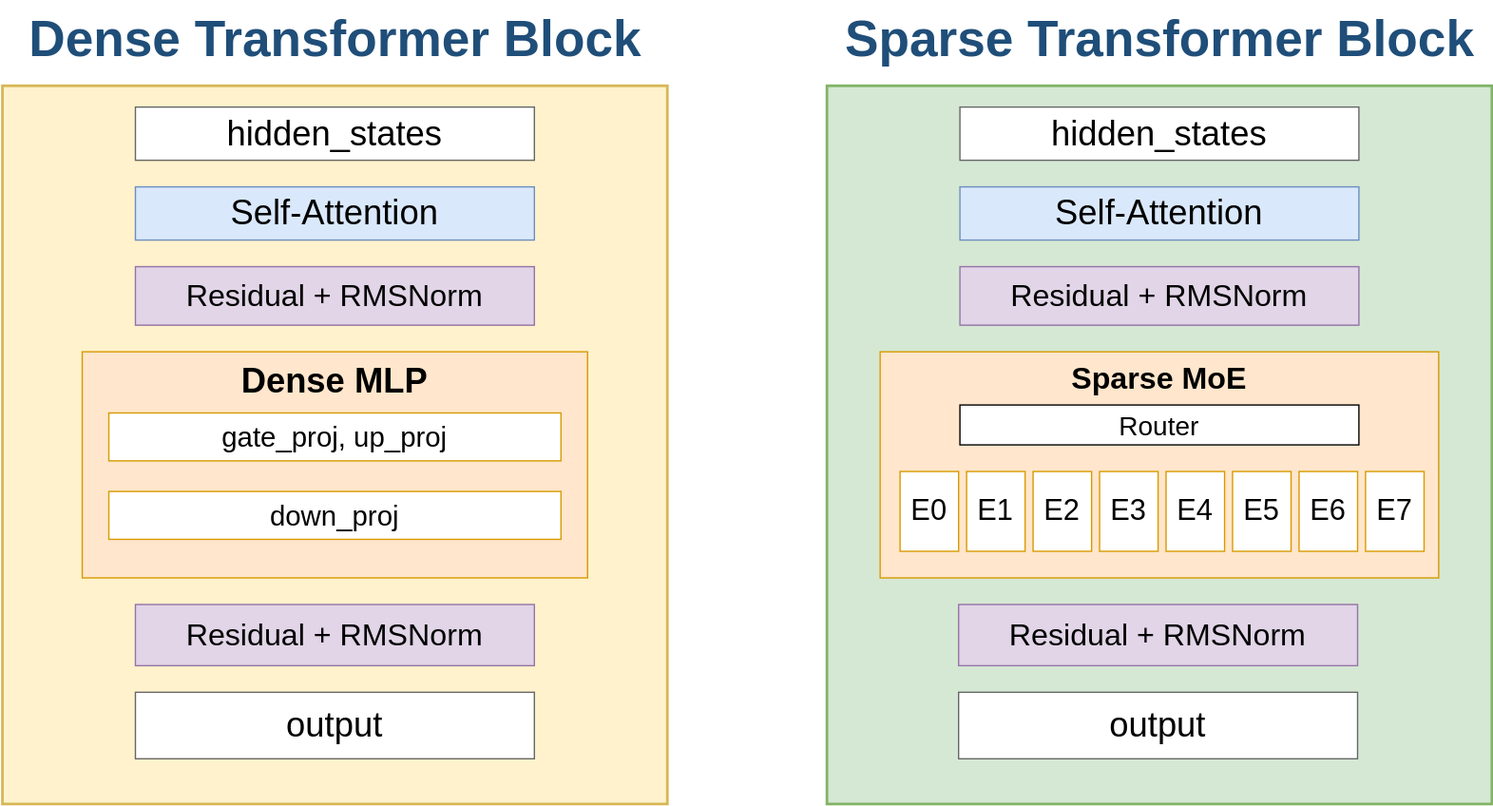
This is docs/examples/te_mixtral/media/dense_to_sparse.svg from NVIDIA/TransformerEngine, a draw.io export, as it was before one commit. Source tidied: cells renumbered, new cells last; positions are measured from the earlier drawing's top-left corner, leaving out a move shared by most shapes.
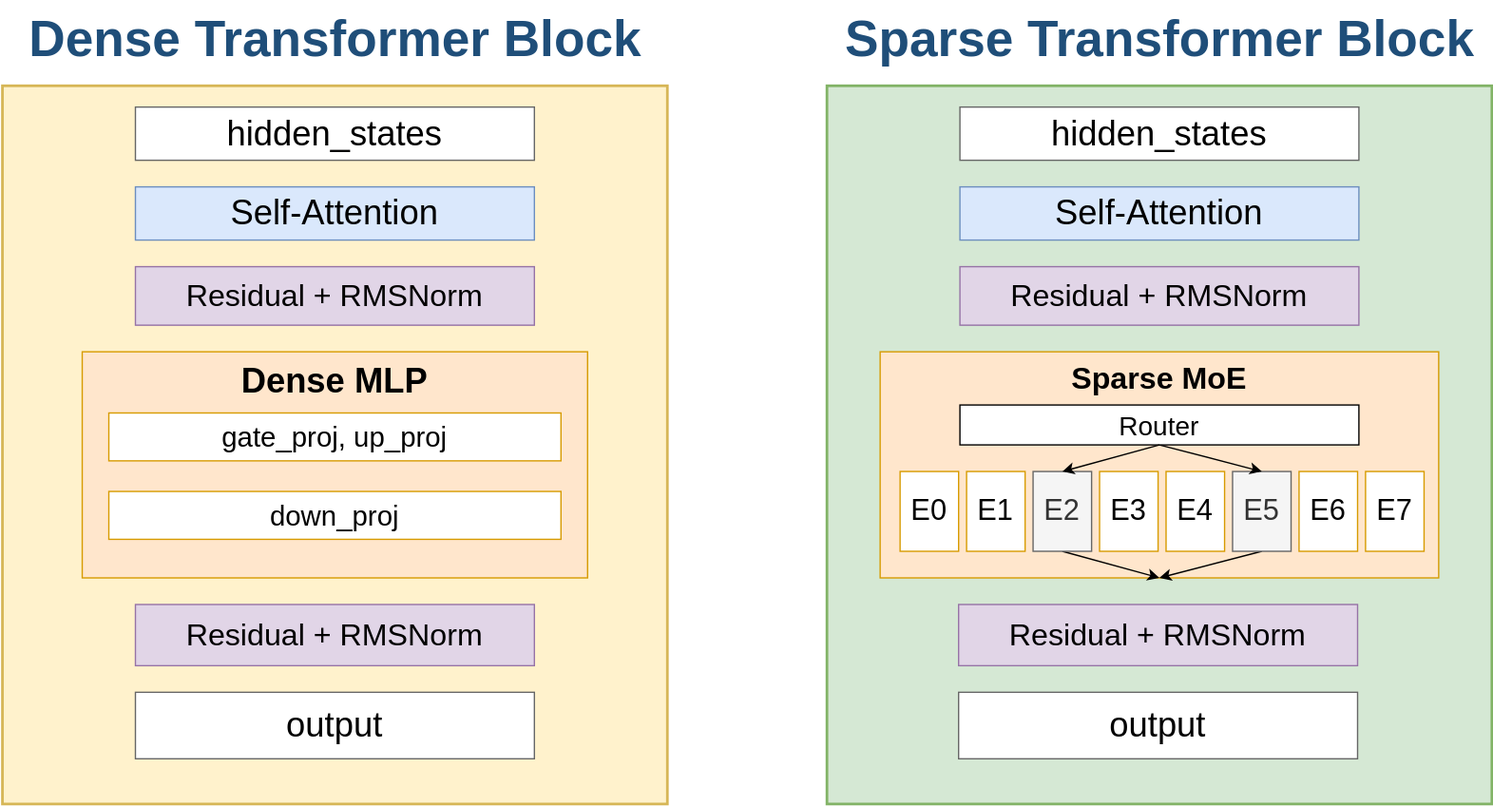
The same diagram one commit later.

Commit message:
add top2 expert in diagram, add perf verdict, and code highlight

What changed in the source:
```diff
@@ -56,7 +56,10 @@
     <mxCell id="19" value="E1" style="rounded=0;whiteSpace=wrap;html=1;fillColor=#ffffff;strokeColor=#D79B00;fontSize=22;" parent="1" vertex="1">
       <mxGeometry x="725" y="354" width="44" height="60" as="geometry" />
     </mxCell>
+    <mxCell id="29" style="edgeStyle=none;html=1;exitX=0.5;exitY=1;exitDx=0;exitDy=0;entryX=0.5;entryY=1;entryDx=0;entryDy=0;" parent="1" edge="1" source="20" target="17">
+      <mxGeometry relative="1" as="geometry" />
+    </mxCell>
-    <mxCell id="20" value="E2" style="rounded=0;whiteSpace=wrap;html=1;fillColor=#ffffff;strokeColor=#D79B00;fontSize=22;" parent="1" vertex="1">
+    <mxCell id="20" value="E2" style="rounded=0;whiteSpace=wrap;html=1;fillColor=#f5f5f5;strokeColor=#666666;fontSize=22;fontColor=#333333;" parent="1" vertex="1">
       <mxGeometry x="775" y="354" width="44" height="60" as="geometry" />
     </mxCell>
     <mxCell id="21" value="E3" style="rounded=0;whiteSpace=wrap;html=1;fillColor=#ffffff;strokeColor=#D79B00;fontSize=22;" parent="1" vertex="1">
@@ -65,7 +68,10 @@
     <mxCell id="22" value="E4" style="rounded=0;whiteSpace=wrap;html=1;fillColor=#ffffff;strokeColor=#D79B00;fontSize=22;" parent="1" vertex="1">
       <mxGeometry x="875" y="354" width="44" height="60" as="geometry" />
     </mxCell>
+    <mxCell id="30" style="edgeStyle=none;html=1;exitX=0.5;exitY=1;exitDx=0;exitDy=0;entryX=0.5;entryY=1;entryDx=0;entryDy=0;" parent="1" edge="1" source="23" target="17">
+      <mxGeometry relative="1" as="geometry" />
+    </mxCell>
-    <mxCell id="23" value="E5" style="rounded=0;whiteSpace=wrap;html=1;fillColor=#ffffff;strokeColor=#D79B00;fontSize=22;" parent="1" vertex="1">
+    <mxCell id="23" value="E5" style="rounded=0;whiteSpace=wrap;html=1;fillColor=#f5f5f5;strokeColor=#666666;fontSize=22;fontColor=#333333;" parent="1" vertex="1">
       <mxGeometry x="925" y="354" width="44" height="60" as="geometry" />
     </mxCell>
     <mxCell id="24" value="E6" style="rounded=0;whiteSpace=wrap;html=1;fillColor=#ffffff;strokeColor=#D79B00;fontSize=22;" parent="1" vertex="1">
@@ -80,8 +86,14 @@
     <mxCell id="27" value="output" style="rounded=0;whiteSpace=wrap;html=1;fillColor=#ffffff;strokeColor=#666;fontSize=26;" parent="1" vertex="1">
       <mxGeometry x="719" y="520" width="300" height="50" as="geometry" />
     </mxCell>
+    <mxCell id="31" style="edgeStyle=none;html=1;entryX=0.5;entryY=0;entryDx=0;entryDy=0;exitX=0.5;exitY=1;exitDx=0;exitDy=0;" parent="1" edge="1" source="28" target="23">
+      <mxGeometry relative="1" as="geometry" />
+    </mxCell>
     <mxCell id="28" value="&lt;span style=&quot;font-weight: normal;&quot;&gt;&lt;font style=&quot;font-size: 20px;&quot;&gt;Router&lt;/font&gt;&lt;/span&gt;" style="rounded=0;whiteSpace=wrap;html=1;fontSize=23;fontStyle=1;" parent="1" vertex="1">
       <mxGeometry x="720" y="304" width="300" height="30" as="geometry" />
     </mxCell>
+    <mxCell id="32" style="endArrow=classic;html=1;entryX=0.5;entryY=0;entryDx=0;entryDy=0;exitX=0.5;exitY=1;exitDx=0;exitDy=0;" parent="1" edge="1" source="28" target="20">
+      <mxGeometry relative="1" as="geometry" />
+    </mxCell>
   </root>
 </mxGraphModel>
```
